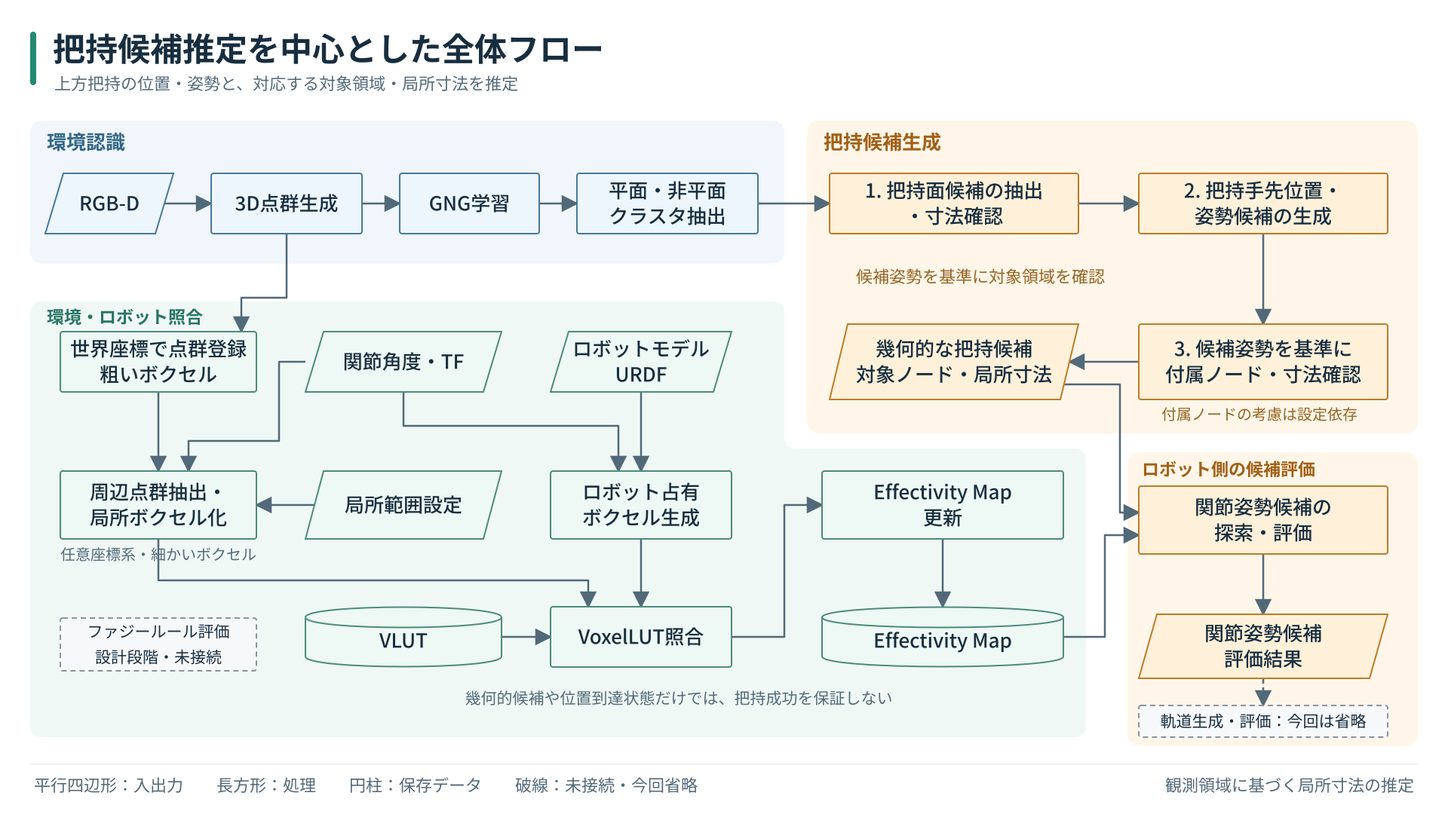
This is gng_vlut_system/docs/presentations/system_grasp_flow.png from uraki-UH/arm_avoidance, a Graphviz export, as it was before one commit. Its source is kept beside it as gng_vlut_system/docs/presentations/system_grasp_flow.dot.
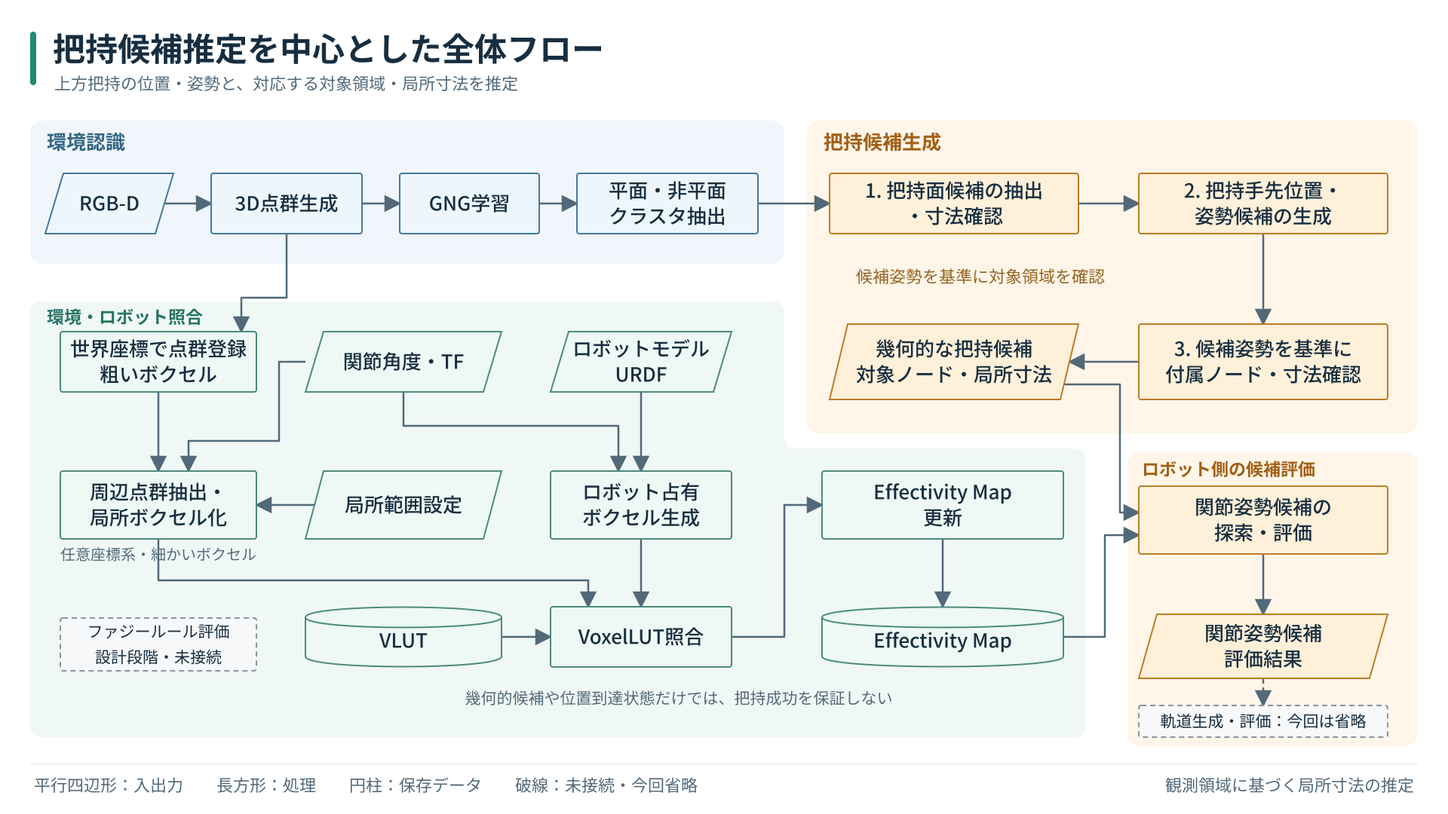
The same diagram one commit later.

What changed in the source:
```diff
@@ -57,7 +57,7 @@
     style="rounded,filled"; color="#f2dfc5"; fillcolor="#fff7ec";
     surface_seed [label="把持面候補の抽出\n・寸法確認", fillcolor="#ffecd1"];
     tcp_candidates [label="把持手先位置・\n姿勢候補の生成", fillcolor="#ffecd1"];
-    target_check [label="候補姿勢を基準に\n付属ノード・対象寸法を確認\n付属ノード考慮は設定依存", fillcolor="#ffecd1"];
+    target_check [label="候補姿勢を基準に\n付属ノード・対象寸法を確認", fillcolor="#ffecd1"];
     geometric_candidates [label="幾何的な把持候補\n対象ノード・局所寸法", shape=parallelogram, fillcolor="#ffe0ad"];
     joint_evaluation [label="関節姿勢候補の\n探索・評価"];
     joint_candidates [label="関節姿勢候補・評価結果", shape=parallelogram, fillcolor="#ffe0ad"];
```
